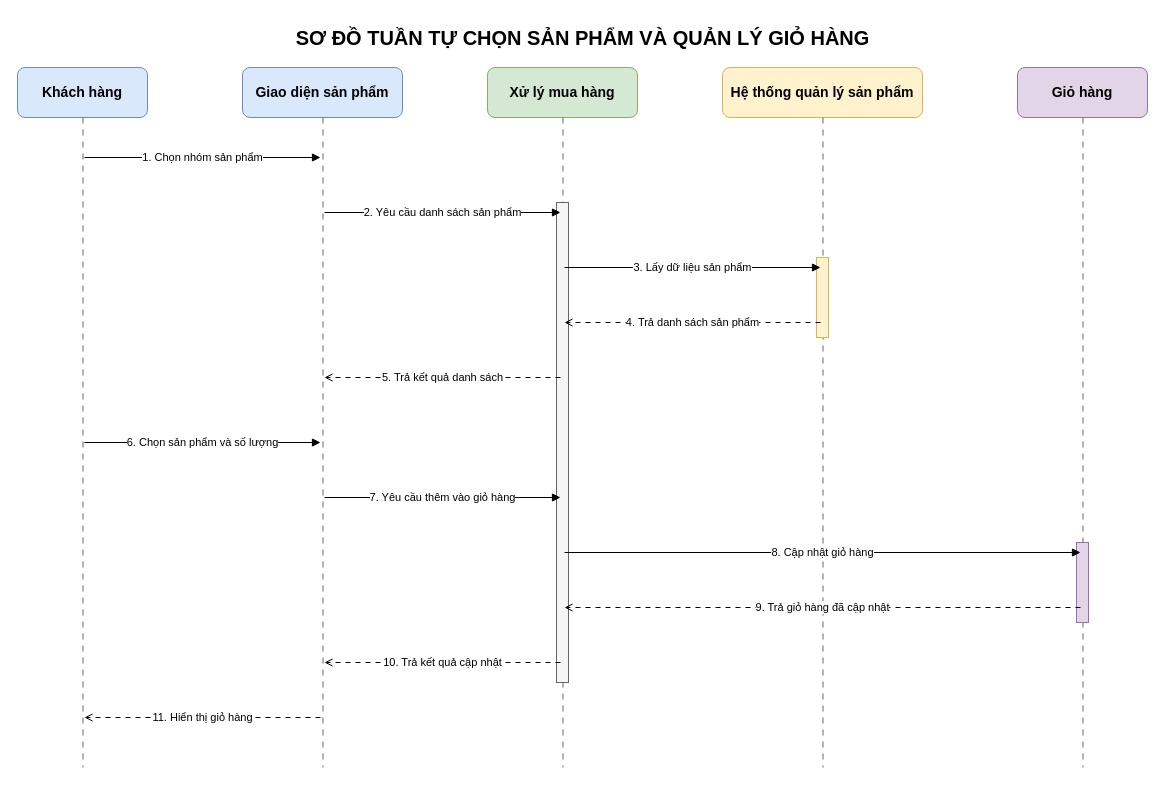
Before: page "04 Tuần tự chọn sản phẩm" (4 of 9) of LAB_AT_OOSD/LAB04/ThietKe/PhamMInhGiang-12DHCNPM1-ThietKeLab04.drawio in 1250080044-PhamMinhGiang-12DHCNPM1/OOP-Lab, a draw.io diagram. Source tidied: cells renumbered, new cells numbered last; positions are measured from the earlier drawing's top-left corner, leaving out a move shared by most shapes. Both pictures are drawn from the tidied source at 100%, with x=0, y=0 at pixel (17, 17).
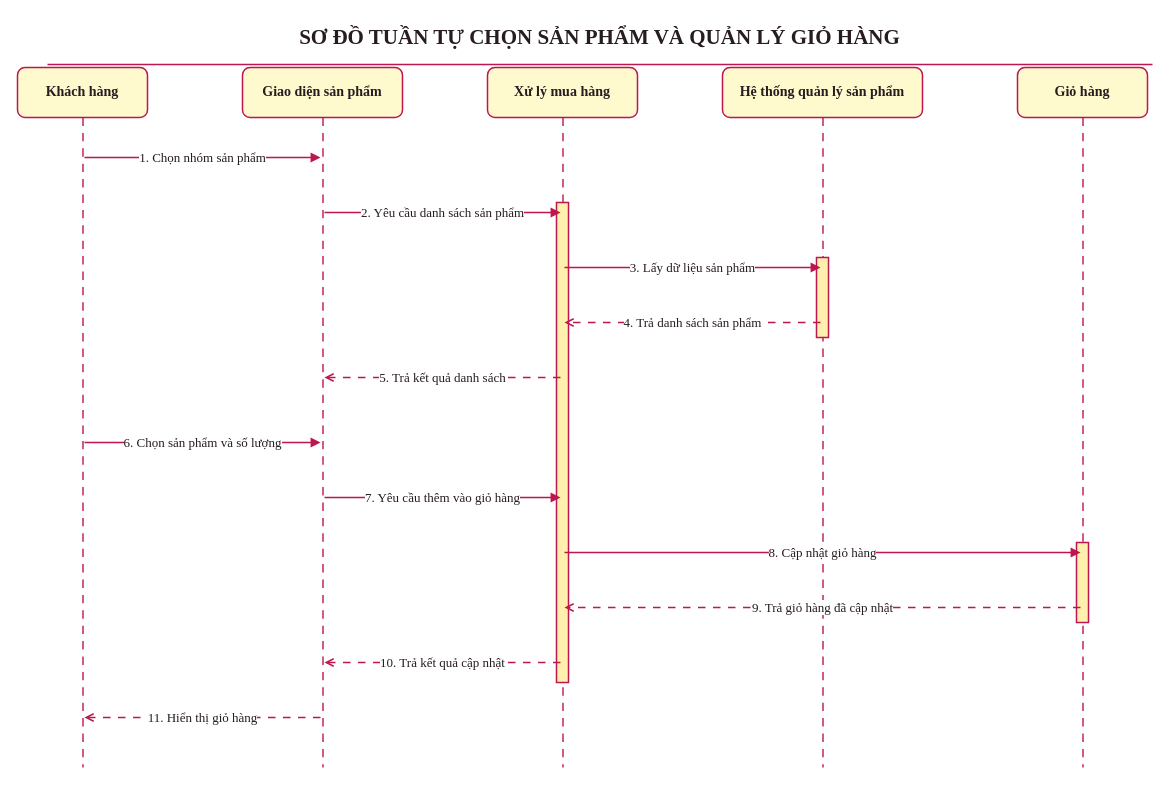
After the change.

The change refers to these unchanged cells:
```xml
<mxCell id="16" style="ellipse;fillOpacity=0;strokeOpacity=0;opacity=0;" parent="1" vertex="1">
  <mxGeometry x="63" y="138" width="4" height="4" as="geometry" />
</mxCell>
<mxCell id="17" style="ellipse;fillOpacity=0;strokeOpacity=0;opacity=0;" parent="1" vertex="1">
  <mxGeometry x="303" y="138" width="4" height="4" as="geometry" />
</mxCell>
<mxCell id="18" style="ellipse;fillOpacity=0;strokeOpacity=0;opacity=0;" parent="1" vertex="1">
  <mxGeometry x="303" y="193" width="4" height="4" as="geometry" />
</mxCell>
<mxCell id="19" style="ellipse;fillOpacity=0;strokeOpacity=0;opacity=0;" parent="1" vertex="1">
  <mxGeometry x="543" y="193" width="4" height="4" as="geometry" />
</mxCell>
<mxCell id="20" style="ellipse;fillOpacity=0;strokeOpacity=0;opacity=0;" parent="1" vertex="1">
  <mxGeometry x="543" y="248" width="4" height="4" as="geometry" />
</mxCell>
<mxCell id="21" style="ellipse;fillOpacity=0;strokeOpacity=0;opacity=0;" parent="1" vertex="1">
  <mxGeometry x="803" y="248" width="4" height="4" as="geometry" />
</mxCell>
<mxCell id="22" style="ellipse;fillOpacity=0;strokeOpacity=0;opacity=0;" parent="1" vertex="1">
  <mxGeometry x="803" y="303" width="4" height="4" as="geometry" />
</mxCell>
<mxCell id="23" style="ellipse;fillOpacity=0;strokeOpacity=0;opacity=0;" parent="1" vertex="1">
  <mxGeometry x="543" y="303" width="4" height="4" as="geometry" />
</mxCell>
<mxCell id="24" style="ellipse;fillOpacity=0;strokeOpacity=0;opacity=0;" parent="1" vertex="1">
  <mxGeometry x="543" y="358" width="4" height="4" as="geometry" />
</mxCell>
<mxCell id="25" style="ellipse;fillOpacity=0;strokeOpacity=0;opacity=0;" parent="1" vertex="1">
  <mxGeometry x="303" y="358" width="4" height="4" as="geometry" />
</mxCell>
<mxCell id="26" style="ellipse;fillOpacity=0;strokeOpacity=0;opacity=0;" parent="1" vertex="1">
  <mxGeometry x="63" y="423" width="4" height="4" as="geometry" />
</mxCell>
<mxCell id="27" style="ellipse;fillOpacity=0;strokeOpacity=0;opacity=0;" parent="1" vertex="1">
  <mxGeometry x="303" y="423" width="4" height="4" as="geometry" />
</mxCell>
<mxCell id="28" style="ellipse;fillOpacity=0;strokeOpacity=0;opacity=0;" parent="1" vertex="1">
  <mxGeometry x="303" y="478" width="4" height="4" as="geometry" />
</mxCell>
<mxCell id="29" style="ellipse;fillOpacity=0;strokeOpacity=0;opacity=0;" parent="1" vertex="1">
  <mxGeometry x="543" y="478" width="4" height="4" as="geometry" />
</mxCell>
<mxCell id="30" style="ellipse;fillOpacity=0;strokeOpacity=0;opacity=0;" parent="1" vertex="1">
  <mxGeometry x="543" y="533" width="4" height="4" as="geometry" />
</mxCell>
<mxCell id="31" style="ellipse;fillOpacity=0;strokeOpacity=0;opacity=0;" parent="1" vertex="1">
  <mxGeometry x="1063" y="533" width="4" height="4" as="geometry" />
</mxCell>
<mxCell id="32" style="ellipse;fillOpacity=0;strokeOpacity=0;opacity=0;" parent="1" vertex="1">
  <mxGeometry x="1063" y="588" width="4" height="4" as="geometry" />
</mxCell>
<mxCell id="33" style="ellipse;fillOpacity=0;strokeOpacity=0;opacity=0;" parent="1" vertex="1">
  <mxGeometry x="543" y="588" width="4" height="4" as="geometry" />
</mxCell>
<mxCell id="34" style="ellipse;fillOpacity=0;strokeOpacity=0;opacity=0;" parent="1" vertex="1">
  <mxGeometry x="543" y="643" width="4" height="4" as="geometry" />
</mxCell>
<mxCell id="35" style="ellipse;fillOpacity=0;strokeOpacity=0;opacity=0;" parent="1" vertex="1">
  <mxGeometry x="303" y="643" width="4" height="4" as="geometry" />
</mxCell>
<mxCell id="36" style="ellipse;fillOpacity=0;strokeOpacity=0;opacity=0;" parent="1" vertex="1">
  <mxGeometry x="303" y="698" width="4" height="4" as="geometry" />
</mxCell>
<mxCell id="37" style="ellipse;fillOpacity=0;strokeOpacity=0;opacity=0;" parent="1" vertex="1">
  <mxGeometry x="63" y="698" width="4" height="4" as="geometry" />
</mxCell>
```

The edit, as a diff of the source:
```diff
@@
-<mxGraphModel>
+<mxGraphModel background="#FFFFFF">
@@
-    <mxCell id="2" value="SƠ ĐỒ TUẦN TỰ CHỌN SẢN PHẨM VÀ QUẢN LÝ GIỎ HÀNG" style="text;html=1;align=center;verticalAlign=middle;fontSize=20;fontStyle=1;" parent="1" vertex="1">
-      <mxGeometry x="215" width="700" height="40" as="geometry" />
+    <mxCell id="2" value="SƠ ĐỒ TUẦN TỰ CHỌN SẢN PHẨM VÀ QUẢN LÝ GIỎ HÀNG" style="text;html=1;align=center;verticalAlign=middle;fontSize=21;fontStyle=1;fontFamily=Times New Roman;fontColor=#271C20;fillColor=none;strokeColor=none;" parent="1" vertex="1">
+      <mxGeometry x="232" width="700" height="40" as="geometry" />
     </mxCell>
-    <mxCell id="3" value="Khách hàng" style="rounded=1;whiteSpace=wrap;html=1;fillColor=#dae8fc;strokeColor=#6c8ebf;fontStyle=1;fontSize=14;" parent="1" vertex="1">
+    <mxCell id="3" value="Khách hàng" style="rounded=1;whiteSpace=wrap;html=1;fillColor=#FFF9CE;strokeColor=#BD174F;fontStyle=1;fontSize=14;fontFamily=Times New Roman;fontColor=#271C20;strokeWidth=1.5;" parent="1" vertex="1">
       <mxGeometry y="50" width="130" height="50" as="geometry" />
     </mxCell>
-    <mxCell id="4" value="Giao diện sản phẩm" style="rounded=1;whiteSpace=wrap;html=1;fillColor=#dae8fc;strokeColor=#6c8ebf;fontStyle=1;fontSize=14;" parent="1" vertex="1">
+    <mxCell id="4" value="Giao diện sản phẩm" style="rounded=1;whiteSpace=wrap;html=1;fillColor=#FFF9CE;strokeColor=#BD174F;fontStyle=1;fontSize=14;fontFamily=Times New Roman;fontColor=#271C20;strokeWidth=1.5;" parent="1" vertex="1">
       <mxGeometry x="225" y="50" width="160" height="50" as="geometry" />
     </mxCell>
-    <mxCell id="5" value="Xử lý mua hàng" style="rounded=1;whiteSpace=wrap;html=1;fillColor=#d5e8d4;strokeColor=#82b366;fontStyle=1;fontSize=14;" parent="1" vertex="1">
+    <mxCell id="5" value="Xử lý mua hàng" style="rounded=1;whiteSpace=wrap;html=1;fillColor=#FFF9CE;strokeColor=#BD174F;fontStyle=1;fontSize=14;fontFamily=Times New Roman;fontColor=#271C20;strokeWidth=1.5;" parent="1" vertex="1">
       <mxGeometry x="470" y="50" width="150" height="50" as="geometry" />
     </mxCell>
-    <mxCell id="6" value="Hệ thống quản lý sản phẩm" style="rounded=1;whiteSpace=wrap;html=1;fillColor=#fff2cc;strokeColor=#d6b656;fontStyle=1;fontSize=14;" parent="1" vertex="1">
+    <mxCell id="6" value="Hệ thống quản lý sản phẩm" style="rounded=1;whiteSpace=wrap;html=1;fillColor=#FFF9CE;strokeColor=#BD174F;fontStyle=1;fontSize=14;fontFamily=Times New Roman;fontColor=#271C20;strokeWidth=1.5;" parent="1" vertex="1">
       <mxGeometry x="705" y="50" width="200" height="50" as="geometry" />
     </mxCell>
-    <mxCell id="7" value="Giỏ hàng" style="rounded=1;whiteSpace=wrap;html=1;fillColor=#e1d5e7;strokeColor=#9673a6;fontStyle=1;fontSize=14;" parent="1" vertex="1">
+    <mxCell id="7" value="Giỏ hàng" style="rounded=1;whiteSpace=wrap;html=1;fillColor=#FFF9CE;strokeColor=#BD174F;fontStyle=1;fontSize=14;fontFamily=Times New Roman;fontColor=#271C20;strokeWidth=1.5;" parent="1" vertex="1">
       <mxGeometry x="1000" y="50" width="130" height="50" as="geometry" />
     </mxCell>
-    <mxCell id="8" style="shape=line;direction=south;html=1;strokeColor=#666666;dashed=1;dashPattern=6 6;" parent="1" vertex="1">
+    <mxCell id="8" style="shape=line;direction=south;html=1;strokeColor=#BD174F;dashed=1;dashPattern=6 5;fontFamily=Times New Roman;fontColor=#271C20;strokeWidth=1.4;" parent="1" vertex="1">
       <mxGeometry x="65" y="100" width="1" height="650" as="geometry" />
     </mxCell>
-    <mxCell id="9" style="shape=line;direction=south;html=1;strokeColor=#666666;dashed=1;dashPattern=6 6;" parent="1" vertex="1">
+    <mxCell id="9" style="shape=line;direction=south;html=1;strokeColor=#BD174F;dashed=1;dashPattern=6 5;fontFamily=Times New Roman;fontColor=#271C20;strokeWidth=1.4;" parent="1" vertex="1">
       <mxGeometry x="305" y="100" width="1" height="650" as="geometry" />
     </mxCell>
-    <mxCell id="10" style="shape=line;direction=south;html=1;strokeColor=#666666;dashed=1;dashPattern=6 6;" parent="1" vertex="1">
+    <mxCell id="10" style="shape=line;direction=south;html=1;strokeColor=#BD174F;dashed=1;dashPattern=6 5;fontFamily=Times New Roman;fontColor=#271C20;strokeWidth=1.4;" parent="1" vertex="1">
       <mxGeometry x="545" y="100" width="1" height="650" as="geometry" />
     </mxCell>
-    <mxCell id="11" style="shape=line;direction=south;html=1;strokeColor=#666666;dashed=1;dashPattern=6 6;" parent="1" vertex="1">
+    <mxCell id="11" style="shape=line;direction=south;html=1;strokeColor=#BD174F;dashed=1;dashPattern=6 5;fontFamily=Times New Roman;fontColor=#271C20;strokeWidth=1.4;" parent="1" vertex="1">
       <mxGeometry x="805" y="100" width="1" height="650" as="geometry" />
     </mxCell>
-    <mxCell id="12" style="shape=line;direction=south;html=1;strokeColor=#666666;dashed=1;dashPattern=6 6;" parent="1" vertex="1">
+    <mxCell id="12" style="shape=line;direction=south;html=1;strokeColor=#BD174F;dashed=1;dashPattern=6 5;fontFamily=Times New Roman;fontColor=#271C20;strokeWidth=1.4;" parent="1" vertex="1">
       <mxGeometry x="1065" y="100" width="1" height="650" as="geometry" />
     </mxCell>
-    <mxCell id="13" style="rounded=0;html=1;fillColor=#f5f5f5;strokeColor=#666666;" parent="1" vertex="1">
+    <mxCell id="13" style="rounded=0;html=1;fillColor=#FFF1AD;strokeColor=#BD174F;fontFamily=Times New Roman;fontColor=#271C20;strokeWidth=1.5;fontSize=14;" parent="1" vertex="1">
       <mxGeometry x="539" y="185" width="12" height="480" as="geometry" />
     </mxCell>
-    <mxCell id="14" style="rounded=0;html=1;fillColor=#fff2cc;strokeColor=#d6b656;" parent="1" vertex="1">
+    <mxCell id="14" style="rounded=0;html=1;fillColor=#FFF1AD;strokeColor=#BD174F;fontFamily=Times New Roman;fontColor=#271C20;strokeWidth=1.5;fontSize=14;" parent="1" vertex="1">
       <mxGeometry x="799" y="240" width="12" height="80" as="geometry" />
     </mxCell>
-    <mxCell id="15" style="rounded=0;html=1;fillColor=#e1d5e7;strokeColor=#9673a6;" parent="1" vertex="1">
+    <mxCell id="15" style="rounded=0;html=1;fillColor=#FFF1AD;strokeColor=#BD174F;fontFamily=Times New Roman;fontColor=#271C20;strokeWidth=1.5;fontSize=14;" parent="1" vertex="1">
       <mxGeometry x="1059" y="525" width="12" height="80" as="geometry" />
     </mxCell>
@@
-    <mxCell id="38" value="1. Chọn nhóm sản phẩm" style="edgeStyle=none;rounded=0;html=1;endArrow=block;endFill=1;labelBackgroundColor=#ffffff;" parent="1" edge="1" source="16" target="17">
+    <mxCell id="38" value="1. Chọn nhóm sản phẩm" style="edgeStyle=none;rounded=0;html=1;endArrow=block;endFill=1;labelBackgroundColor=#FFFFFF;strokeColor=#BD174F;strokeWidth=1.5;fontFamily=Times New Roman;fontColor=#271C20;fontSize=13;" parent="1" edge="1" source="16" target="17">
       <mxGeometry relative="1" as="geometry" />
     </mxCell>
-    <mxCell id="39" value="2. Yêu cầu danh sách sản phẩm" style="edgeStyle=none;rounded=0;html=1;endArrow=block;endFill=1;labelBackgroundColor=#ffffff;" parent="1" edge="1" source="18" target="19">
+    <mxCell id="39" value="2. Yêu cầu danh sách sản phẩm" style="edgeStyle=none;rounded=0;html=1;endArrow=block;endFill=1;labelBackgroundColor=#FFFFFF;strokeColor=#BD174F;strokeWidth=1.5;fontFamily=Times New Roman;fontColor=#271C20;fontSize=13;" parent="1" edge="1" source="18" target="19">
       <mxGeometry relative="1" as="geometry" />
     </mxCell>
-    <mxCell id="40" value="3. Lấy dữ liệu sản phẩm" style="edgeStyle=none;rounded=0;html=1;endArrow=block;endFill=1;labelBackgroundColor=#ffffff;" parent="1" edge="1" source="20" target="21">
+    <mxCell id="40" value="3. Lấy dữ liệu sản phẩm" style="edgeStyle=none;rounded=0;html=1;endArrow=block;endFill=1;labelBackgroundColor=#FFFFFF;strokeColor=#BD174F;strokeWidth=1.5;fontFamily=Times New Roman;fontColor=#271C20;fontSize=13;" parent="1" edge="1" source="20" target="21">
       <mxGeometry relative="1" as="geometry" />
     </mxCell>
-    <mxCell id="41" value="4. Trả danh sách sản phẩm" style="edgeStyle=none;rounded=0;html=1;dashed=1;dashPattern=5 5;endArrow=open;endFill=0;labelBackgroundColor=#ffffff;" parent="1" edge="1" source="22" target="23">
+    <mxCell id="41" value="4. Trả danh sách sản phẩm" style="edgeStyle=none;rounded=0;html=1;dashed=1;dashPattern=5 5;endArrow=open;endFill=0;labelBackgroundColor=#FFFFFF;strokeColor=#BD174F;strokeWidth=1.5;fontFamily=Times New Roman;fontColor=#271C20;fontSize=13;" parent="1" edge="1" source="22" target="23">
       <mxGeometry relative="1" as="geometry" />
     </mxCell>
-    <mxCell id="42" value="5. Trả kết quả danh sách" style="edgeStyle=none;rounded=0;html=1;dashed=1;dashPattern=5 5;endArrow=open;endFill=0;labelBackgroundColor=#ffffff;" parent="1" edge="1" source="24" target="25">
+    <mxCell id="42" value="5. Trả kết quả danh sách" style="edgeStyle=none;rounded=0;html=1;dashed=1;dashPattern=5 5;endArrow=open;endFill=0;labelBackgroundColor=#FFFFFF;strokeColor=#BD174F;strokeWidth=1.5;fontFamily=Times New Roman;fontColor=#271C20;fontSize=13;" parent="1" edge="1" source="24" target="25">
       <mxGeometry relative="1" as="geometry" />
     </mxCell>
-    <mxCell id="43" value="6. Chọn sản phẩm và số lượng" style="edgeStyle=none;rounded=0;html=1;endArrow=block;endFill=1;labelBackgroundColor=#ffffff;" parent="1" edge="1" source="26" target="27">
+    <mxCell id="43" value="6. Chọn sản phẩm và số lượng" style="edgeStyle=none;rounded=0;html=1;endArrow=block;endFill=1;labelBackgroundColor=#FFFFFF;strokeColor=#BD174F;strokeWidth=1.5;fontFamily=Times New Roman;fontColor=#271C20;fontSize=13;" parent="1" edge="1" source="26" target="27">
       <mxGeometry relative="1" as="geometry" />
     </mxCell>
-    <mxCell id="44" value="7. Yêu cầu thêm vào giỏ hàng" style="edgeStyle=none;rounded=0;html=1;endArrow=block;endFill=1;labelBackgroundColor=#ffffff;" parent="1" edge="1" source="28" target="29">
+    <mxCell id="44" value="7. Yêu cầu thêm vào giỏ hàng" style="edgeStyle=none;rounded=0;html=1;endArrow=block;endFill=1;labelBackgroundColor=#FFFFFF;strokeColor=#BD174F;strokeWidth=1.5;fontFamily=Times New Roman;fontColor=#271C20;fontSize=13;" parent="1" edge="1" source="28" target="29">
       <mxGeometry relative="1" as="geometry" />
     </mxCell>
-    <mxCell id="45" value="8. Cập nhật giỏ hàng" style="edgeStyle=none;rounded=0;html=1;endArrow=block;endFill=1;labelBackgroundColor=#ffffff;" parent="1" edge="1" source="30" target="31">
+    <mxCell id="45" value="8. Cập nhật giỏ hàng" style="edgeStyle=none;rounded=0;html=1;endArrow=block;endFill=1;labelBackgroundColor=#FFFFFF;strokeColor=#BD174F;strokeWidth=1.5;fontFamily=Times New Roman;fontColor=#271C20;fontSize=13;" parent="1" edge="1" source="30" target="31">
       <mxGeometry relative="1" as="geometry" />
     </mxCell>
-    <mxCell id="46" value="9. Trả giỏ hàng đã cập nhật" style="edgeStyle=none;rounded=0;html=1;dashed=1;dashPattern=5 5;endArrow=open;endFill=0;labelBackgroundColor=#ffffff;" parent="1" edge="1" source="32" target="33">
+    <mxCell id="46" value="9. Trả giỏ hàng đã cập nhật" style="edgeStyle=none;rounded=0;html=1;dashed=1;dashPattern=5 5;endArrow=open;endFill=0;labelBackgroundColor=#FFFFFF;strokeColor=#BD174F;strokeWidth=1.5;fontFamily=Times New Roman;fontColor=#271C20;fontSize=13;" parent="1" edge="1" source="32" target="33">
       <mxGeometry relative="1" as="geometry" />
     </mxCell>
-    <mxCell id="47" value="10. Trả kết quả cập nhật" style="edgeStyle=none;rounded=0;html=1;dashed=1;dashPattern=5 5;endArrow=open;endFill=0;labelBackgroundColor=#ffffff;" parent="1" edge="1" source="34" target="35">
+    <mxCell id="47" value="10. Trả kết quả cập nhật" style="edgeStyle=none;rounded=0;html=1;dashed=1;dashPattern=5 5;endArrow=open;endFill=0;labelBackgroundColor=#FFFFFF;strokeColor=#BD174F;strokeWidth=1.5;fontFamily=Times New Roman;fontColor=#271C20;fontSize=13;" parent="1" edge="1" source="34" target="35">
       <mxGeometry relative="1" as="geometry" />
     </mxCell>
-    <mxCell id="48" value="11. Hiển thị giỏ hàng" style="edgeStyle=none;rounded=0;html=1;dashed=1;dashPattern=5 5;endArrow=open;endFill=0;labelBackgroundColor=#ffffff;" parent="1" edge="1" source="36" target="37">
+    <mxCell id="48" value="11. Hiển thị giỏ hàng" style="edgeStyle=none;rounded=0;html=1;dashed=1;dashPattern=5 5;endArrow=open;endFill=0;labelBackgroundColor=#FFFFFF;strokeColor=#BD174F;strokeWidth=1.5;fontFamily=Times New Roman;fontColor=#271C20;fontSize=13;" parent="1" edge="1" source="36" target="37">
       <mxGeometry relative="1" as="geometry" />
     </mxCell>
+    <mxCell id="49" style="edgeStyle=none;html=1;strokeColor=#BD174F;strokeWidth=1.5;endArrow=none;fontFamily=Times New Roman;fontColor=#271C20;labelBackgroundColor=#FFFFFF;fontSize=13;" parent="1" edge="1">
+      <mxGeometry relative="1" as="geometry">
+        <mxPoint x="30" y="47" as="sourcePoint" />
+        <mxPoint x="1135" y="47" as="targetPoint" />
+      </mxGeometry>
+    </mxCell>
```
